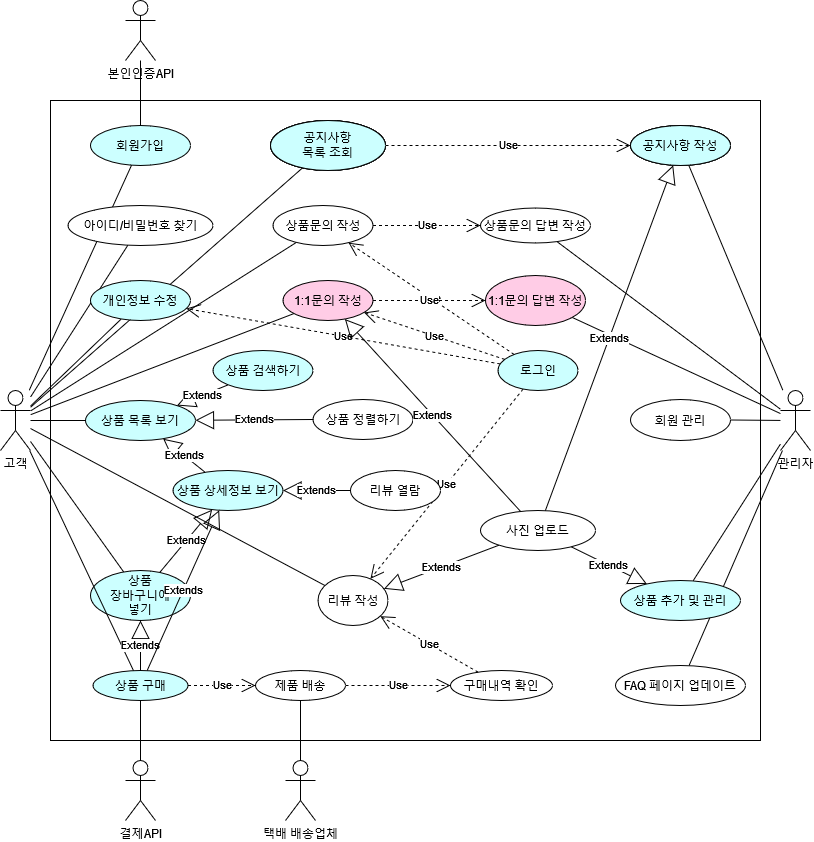
Above: 3. DB설계/유즈케이스 다이어그램.drawio (3).png in ostrichick/MaruProject (draw.io), before the change. Source tidied: cells renumbered, new cells last; positions are measured from the earlier drawing's top-left corner, leaving out a move shared by most shapes.
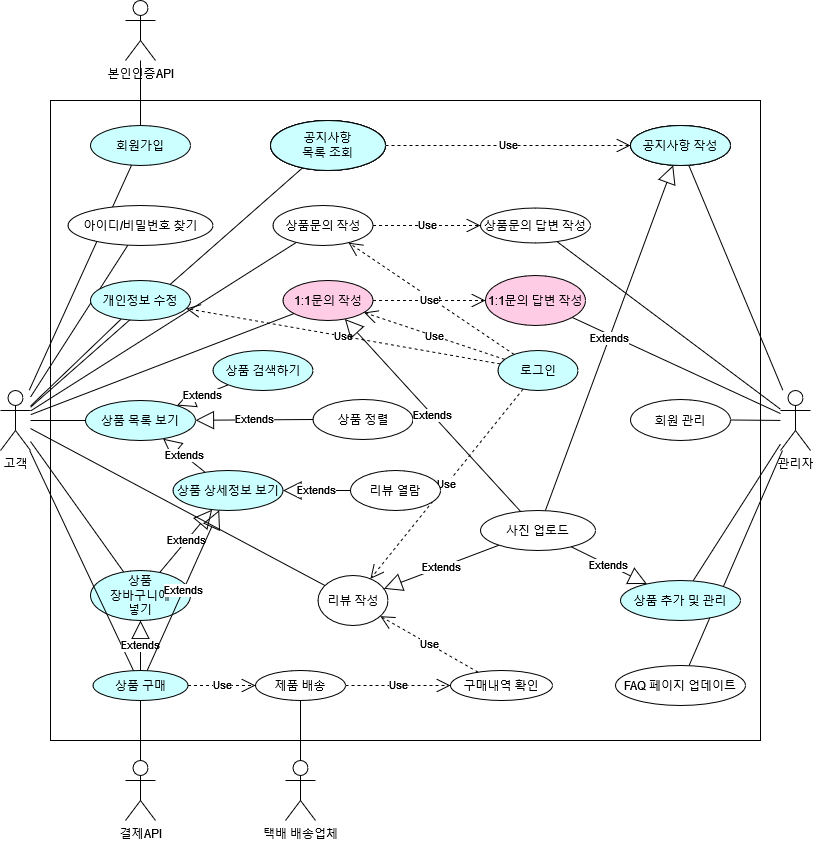
The same diagram one commit later.

Commit message:
Update 유즈케이스 다이어그램.drawio (3).png

Diff of the diagram source:
```diff
@@ -23,7 +23,7 @@
     <mxCell id="8" value="상품 검색하기" style="ellipse;whiteSpace=wrap;html=1;fillColor=#CCFFFF;" parent="1" vertex="1">
       <mxGeometry x="212.5" y="350" width="100" height="40" as="geometry" />
     </mxCell>
-    <mxCell id="9" value="상품 정렬하기" style="ellipse;whiteSpace=wrap;html=1;" parent="1" vertex="1">
+    <mxCell id="9" value="&lt;div&gt;상품 정렬&lt;/div&gt;" style="ellipse;whiteSpace=wrap;html=1;" parent="1" vertex="1">
       <mxGeometry x="312.5" y="399" width="100" height="40" as="geometry" />
     </mxCell>
     <mxCell id="10" value="상품&lt;br&gt;장바구니에&lt;br&gt;넣기" style="ellipse;whiteSpace=wrap;html=1;fillColor=#CCFFFF;" parent="1" vertex="1">
```
